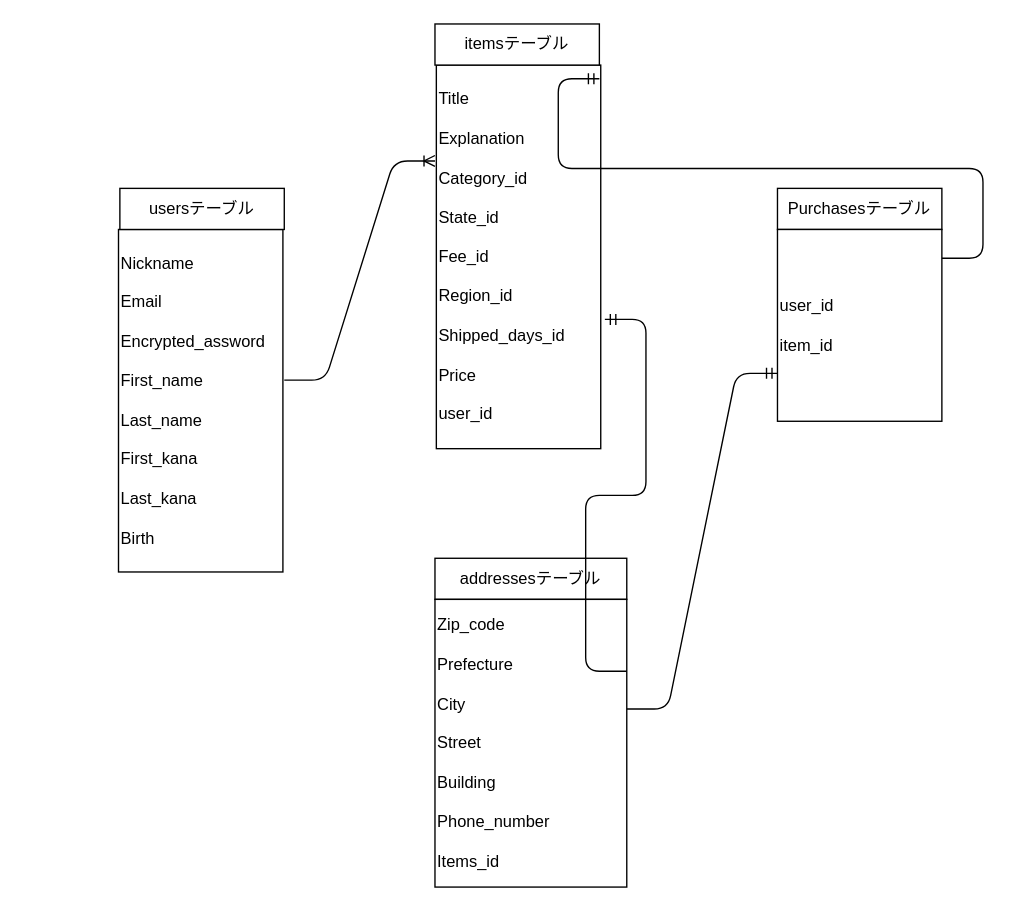
Before: test.dio in Mmy26/furima-36994, a draw.io diagram. Source tidied: cells renumbered, new cells numbered last; positions are measured from the earlier drawing's top-left corner, leaving out a move shared by most shapes. Both pictures are drawn from the tidied source at 137%, with x=0, y=0 at pixel (23, 23).
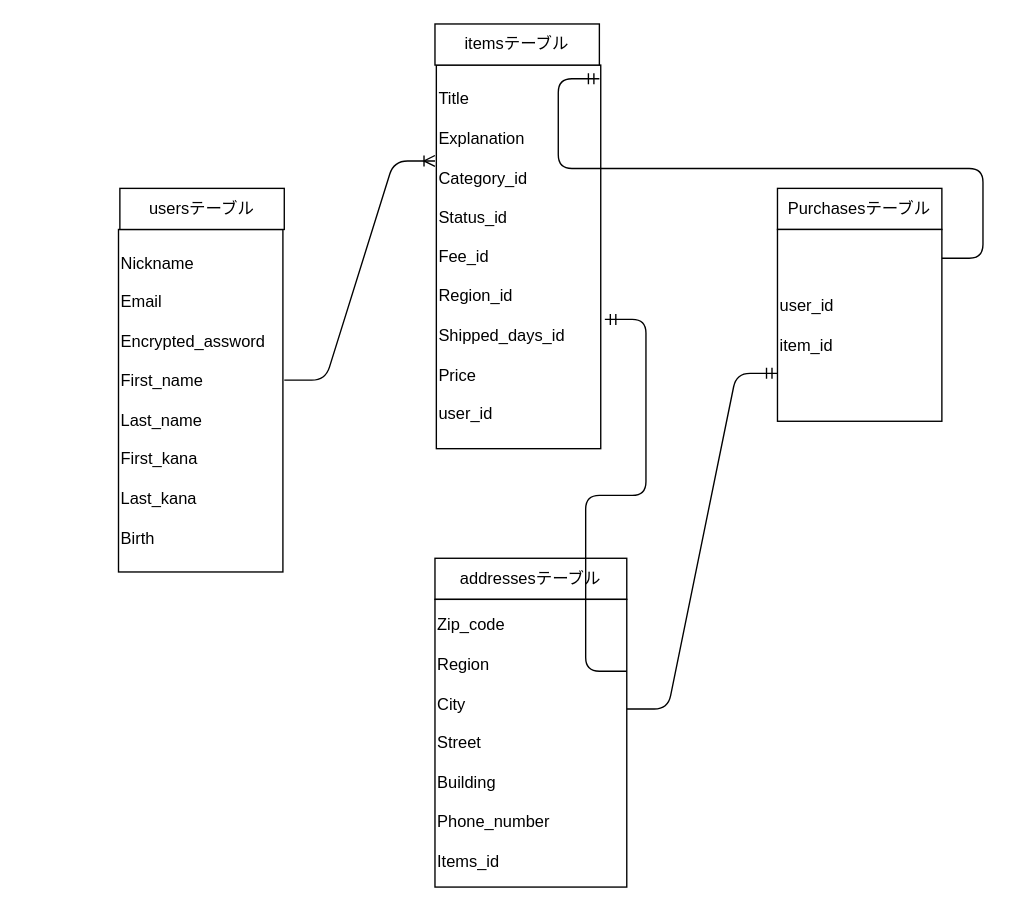
The same page after the edit.

Change to the diagram source:
```diff
@@
 <mxGraphModel>
   <root>
     <mxCell id="0" />
     <mxCell id="1" parent="0" />
     <mxCell id="2" value="&lt;span&gt;Nickname&lt;br&gt;&lt;/span&gt;&lt;br&gt;&lt;span&gt;Email&lt;br&gt;&lt;/span&gt;&lt;br&gt;&lt;span&gt;Encrypted_assword&lt;br&gt;&lt;/span&gt;&lt;br&gt;&lt;span&gt;First_name&lt;br&gt;&lt;/span&gt;&lt;br&gt;&lt;span&gt;Last_name&lt;br&gt;&lt;/span&gt;&lt;br&gt;First_kana&lt;br&gt;&lt;br&gt;Last_kana&lt;br&gt;&lt;br&gt;Birth" style="whiteSpace=wrap;html=1;rounded=0;sketch=0;align=left;" parent="1" vertex="1">
       <mxGeometry x="69" y="150" width="120" height="250" as="geometry" />
     </mxCell>
     <mxCell id="3" value="usersテーブル" style="whiteSpace=wrap;html=1;rounded=0;sketch=0;" parent="1" vertex="1">
       <mxGeometry x="70" y="120" width="120" height="30" as="geometry" />
     </mxCell>
     <mxCell id="4" style="edgeStyle=orthogonalEdgeStyle;curved=0;rounded=1;sketch=0;orthogonalLoop=1;jettySize=auto;html=1;exitX=0.5;exitY=1;exitDx=0;exitDy=0;" parent="1" edge="1" source="2" target="2">
       <mxGeometry relative="1" as="geometry" />
     </mxCell>
-    <mxCell id="5" value="&lt;span&gt;Title&lt;br&gt;&lt;/span&gt;&lt;br&gt;&lt;span&gt;Explanation&lt;/span&gt;&lt;br&gt;&lt;span&gt;&lt;br&gt;Category_id&lt;/span&gt;&lt;br&gt;&lt;span&gt;&lt;br&gt;State_id&lt;br&gt;&lt;br&gt;&lt;/span&gt;Fee_id&lt;br&gt;&lt;br&gt;Region_id&lt;br&gt;&lt;br&gt;Shipped_days_id&lt;br&gt;&lt;br&gt;Price&lt;br&gt;&lt;span&gt;&lt;br&gt;user_id&lt;br&gt;&lt;/span&gt;" style="whiteSpace=wrap;html=1;rounded=0;sketch=0;align=left;" parent="1" vertex="1">
+    <mxCell id="5" value="&lt;span&gt;Title&lt;br&gt;&lt;/span&gt;&lt;br&gt;&lt;span&gt;Explanation&lt;/span&gt;&lt;br&gt;&lt;span&gt;&lt;br&gt;Category_id&lt;/span&gt;&lt;br&gt;&lt;span&gt;&lt;br&gt;Status_id&lt;br&gt;&lt;br&gt;&lt;/span&gt;Fee_id&lt;br&gt;&lt;br&gt;Region_id&lt;br&gt;&lt;br&gt;Shipped_days_id&lt;br&gt;&lt;br&gt;Price&lt;br&gt;&lt;span&gt;&lt;br&gt;user_id&lt;br&gt;&lt;/span&gt;" style="whiteSpace=wrap;html=1;rounded=0;sketch=0;align=left;" parent="1" vertex="1">
       <mxGeometry x="301" y="30" width="120" height="280" as="geometry" />
     </mxCell>
     <mxCell id="6" value="itemsテーブル" style="whiteSpace=wrap;html=1;rounded=0;sketch=0;" parent="1" vertex="1">
       <mxGeometry x="300" width="120" height="30" as="geometry" />
     </mxCell>
     <mxCell id="7" style="edgeStyle=orthogonalEdgeStyle;curved=0;rounded=1;sketch=0;orthogonalLoop=1;jettySize=auto;html=1;exitX=0.5;exitY=1;exitDx=0;exitDy=0;" parent="1" edge="1" source="5" target="5">
       <mxGeometry relative="1" as="geometry" />
     </mxCell>
     <mxCell id="8" value="Purchasesテーブル" style="whiteSpace=wrap;html=1;rounded=0;sketch=0;" parent="1" vertex="1">
       <mxGeometry x="550" y="120" width="120" height="30" as="geometry" />
     </mxCell>
     <mxCell id="9" value="user_id&lt;br&gt;&lt;br&gt;item_id" style="whiteSpace=wrap;html=1;rounded=0;sketch=0;align=left;" parent="1" vertex="1">
       <mxGeometry x="550" y="150" width="120" height="140" as="geometry" />
     </mxCell>
     <mxCell id="10" value="addressesテーブル" style="whiteSpace=wrap;html=1;rounded=0;sketch=0;" parent="1" vertex="1">
       <mxGeometry x="300" y="390" width="140" height="30" as="geometry" />
     </mxCell>
-    <mxCell id="11" value="&lt;span&gt;Zip_code&lt;br&gt;&lt;/span&gt;&lt;br&gt;&lt;span&gt;Prefecture&lt;br&gt;&lt;/span&gt;&lt;br&gt;&lt;span&gt;City&lt;br&gt;&lt;/span&gt;&lt;br&gt;&lt;span&gt;Street&lt;br&gt;&lt;/span&gt;&lt;br&gt;&lt;span&gt;Building&lt;br&gt;&lt;/span&gt;&lt;br&gt;&lt;span&gt;Phone_number&lt;br&gt;&lt;/span&gt;&lt;br&gt;&lt;span&gt;Items_id&lt;/span&gt;" style="whiteSpace=wrap;html=1;rounded=0;sketch=0;align=left;" parent="1" vertex="1">
+    <mxCell id="11" value="&lt;span&gt;Zip_code&lt;br&gt;&lt;/span&gt;&lt;br&gt;&lt;span&gt;Region&lt;br&gt;&lt;/span&gt;&lt;br&gt;&lt;span&gt;City&lt;br&gt;&lt;/span&gt;&lt;br&gt;&lt;span&gt;Street&lt;br&gt;&lt;/span&gt;&lt;br&gt;&lt;span&gt;Building&lt;br&gt;&lt;/span&gt;&lt;br&gt;&lt;span&gt;Phone_number&lt;br&gt;&lt;/span&gt;&lt;br&gt;&lt;span&gt;Items_id&lt;/span&gt;" style="whiteSpace=wrap;html=1;rounded=0;sketch=0;align=left;" parent="1" vertex="1">
       <mxGeometry x="300" y="420" width="140" height="210" as="geometry" />
     </mxCell>
     <mxCell id="12" style="edgeStyle=entityRelationEdgeStyle;fontSize=12;html=1;endArrow=ERoneToMany;" parent="1" edge="1">
       <mxGeometry relative="1" as="geometry">
         <mxPoint x="190" y="260" as="sourcePoint" />
         <mxPoint x="300" y="100" as="targetPoint" />
       </mxGeometry>
     </mxCell>
     <mxCell id="13" value="&#10;&#10;&#10;&#10;" style="text;strokeColor=none;fillColor=none;spacingLeft=4;spacingRight=4;overflow=hidden;fontSize=12;" parent="1" vertex="1">
       <mxGeometry y="490" width="160" height="30" as="geometry" />
     </mxCell>
     <mxCell id="14" style="edgeStyle=entityRelationEdgeStyle;fontSize=12;html=1;endArrow=ERmandOne;entryX=1.025;entryY=0.663;entryDx=0;entryDy=0;exitX=1;exitY=0.25;exitDx=0;exitDy=0;entryPerimeter=0;" parent="1" edge="1" source="11" target="5">
       <mxGeometry relative="1" as="geometry" />
     </mxCell>
     <mxCell id="15" style="edgeStyle=entityRelationEdgeStyle;fontSize=12;html=1;endArrow=ERmandOne;exitX=1;exitY=0.15;exitDx=0;exitDy=0;exitPerimeter=0;" parent="1" edge="1" source="9">
       <mxGeometry relative="1" as="geometry">
         <mxPoint x="420" y="40" as="targetPoint" />
       </mxGeometry>
     </mxCell>
     <mxCell id="16" style="edgeStyle=entityRelationEdgeStyle;fontSize=12;html=1;endArrow=ERmandOne;entryX=0;entryY=0.75;entryDx=0;entryDy=0;exitX=1;exitY=0.381;exitDx=0;exitDy=0;exitPerimeter=0;" parent="1" edge="1" source="11" target="9">
       <mxGeometry relative="1" as="geometry" />
     </mxCell>
   </root>
 </mxGraphModel>
```
